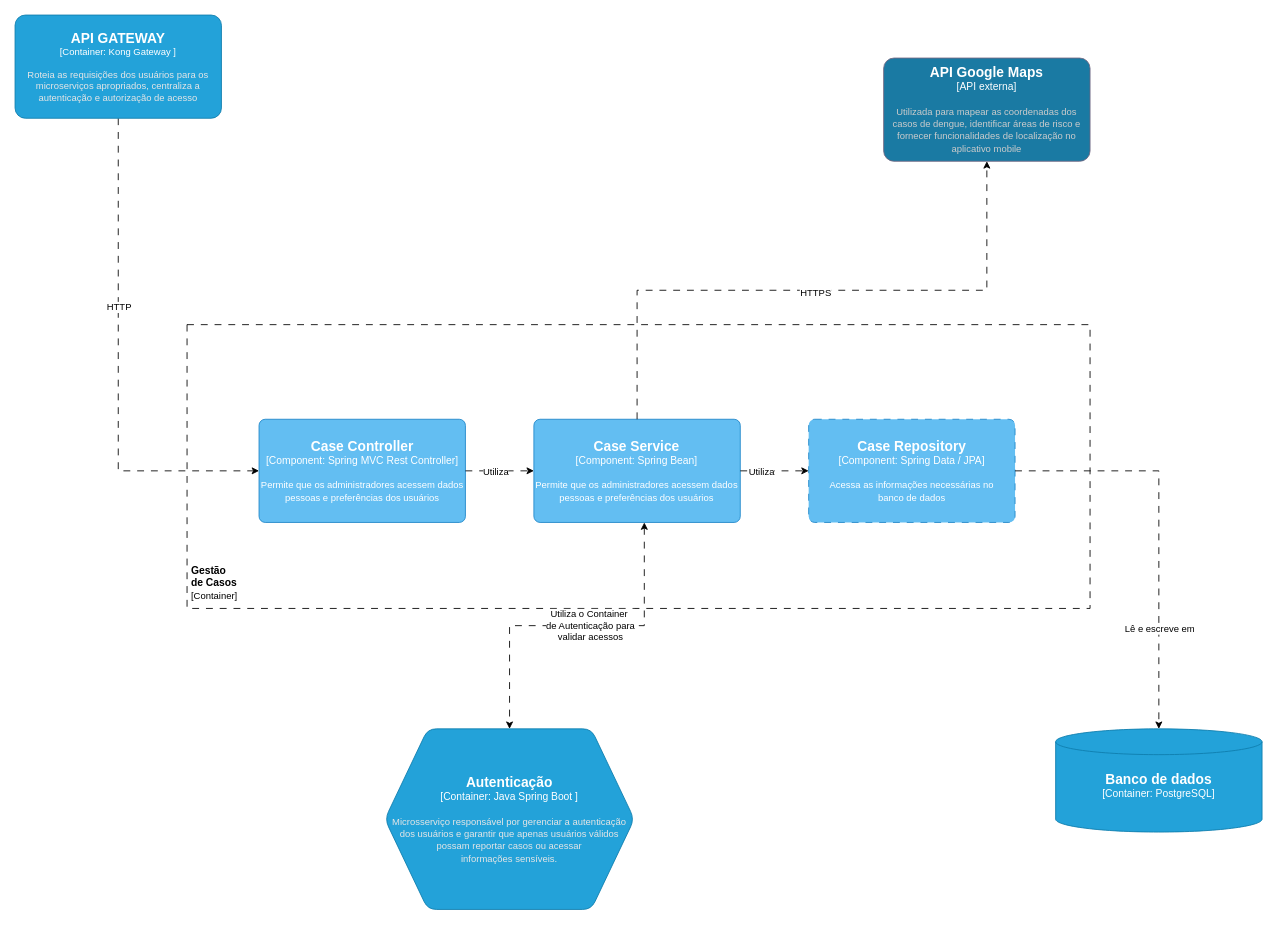
Before: diagramas/c4/componentes/C4-componente-gestao-caso.drawio in gilmarUFG/ds_20242_g6, a draw.io diagram. Source tidied: cells renumbered, new cells numbered last; positions are measured from the earlier drawing's top-left corner, leaving out a move shared by most shapes. Both pictures are drawn from the tidied source at 86%, with x=0, y=0 at pixel (15, 15).
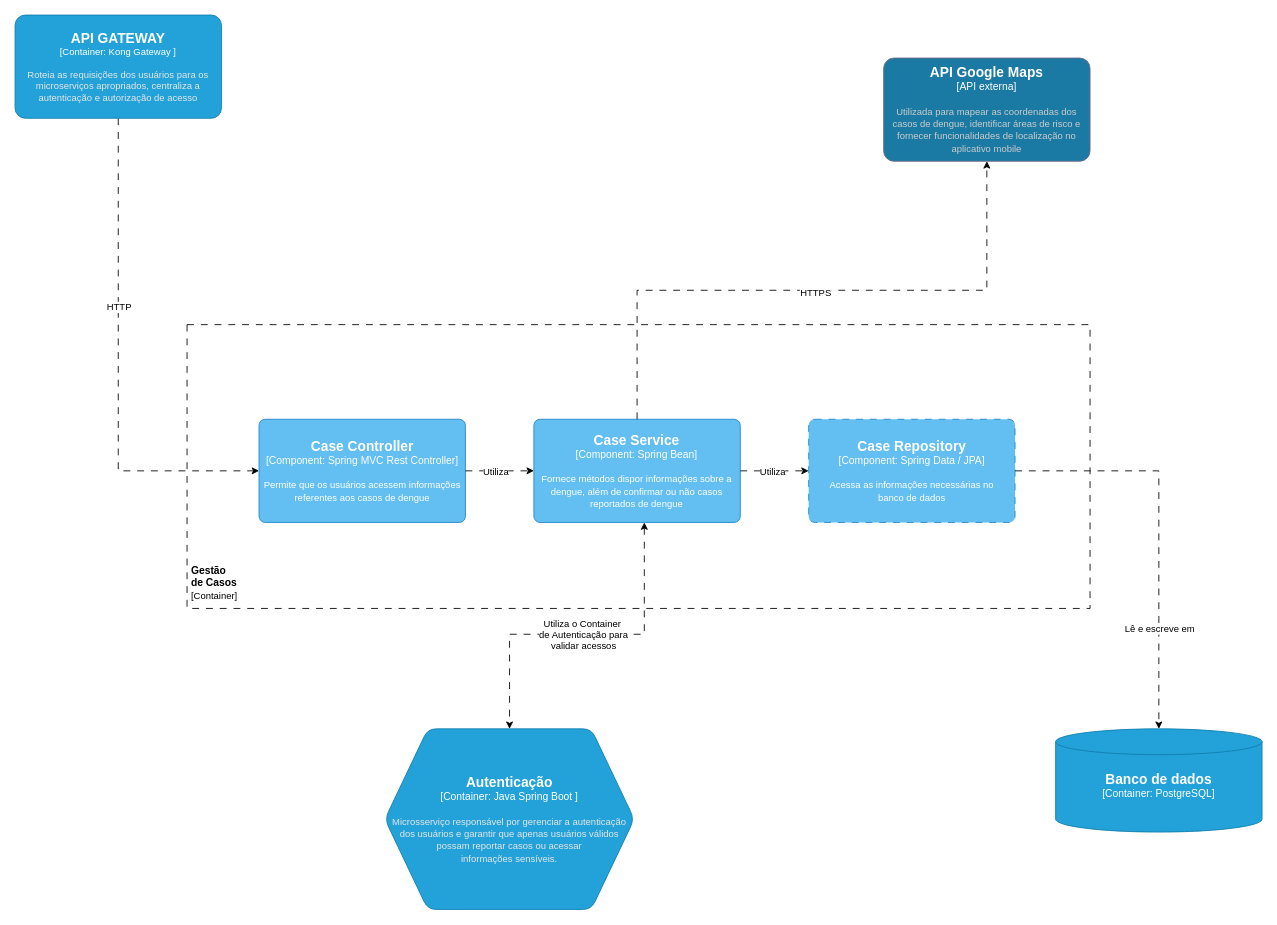
Above is the later version.

Commit message:
fix: ajustando a descrição do componente de serviço

The change refers to these unchanged cells:
```xml
<mxCell id="2" style="group;" parent="1" vertex="1">
  <mxGeometry x="200" y="360" width="1050" height="330" as="geometry" />
</mxCell>
<mxCell id="10" style="edgeStyle=orthogonalEdgeStyle;rounded=0;jettySize=auto;html=1;exitX=1;exitY=0.5;exitDx=0;exitDy=0;exitPerimeter=0;entryX=0;entryY=0.5;entryDx=0;entryDy=0;entryPerimeter=0;dashed=1;dashPattern=8 8;" parent="2" edge="1" source="6" target="5">
  <mxGeometry relative="1" as="geometry" />
</mxCell>
<object id="22" label="&lt;font style=&quot;font-size: 16px&quot;&gt;&lt;b&gt;%c4Name%&lt;/b&gt;&lt;/font&gt;&lt;div&gt;[%c4Type%:&amp;nbsp;%c4Technology%]&lt;/div&gt;&lt;br&gt;&lt;div&gt;&lt;font style=&quot;font-size: 11px&quot;&gt;&lt;font color=&quot;#E6E6E6&quot;&gt;%c4Description%&lt;/font&gt;&lt;/div&gt;" c4Description="Microsserviço responsável por gerenciar a autenticação dos usuários e garantir que apenas usuários válidos possam reportar casos ou acessar&#10;informações sensíveis." c4Name="Autenticação" c4Technology="Java Spring Boot " c4Type="Container" placeholders="1">
  <mxCell style="shape=hexagon;size=50;perimeter=hexagonPerimeter2;whiteSpace=wrap;html=1;fixedSize=1;rounded=1;labelBackgroundColor=none;fillColor=#23A2D9;fontSize=12;fontColor=#ffffff;align=center;strokeColor=#0E7DAD;points=[[0.5,0,0],[1,0.25,0],[1,0.5,0],[1,0.75,0],[0.5,1,0],[0,0.75,0],[0,0.5,0],[0,0.25,0]];" parent="1" vertex="1">
    <mxGeometry x="430" y="830" width="290" height="210" as="geometry" />
  </mxCell>
</object>
```

Diff of the diagram source:
```diff
@@
-    <object id="6" label="&lt;font style=&quot;font-size: 16px&quot;&gt;&lt;b&gt;%c4Name%&lt;/b&gt;&lt;/font&gt;&lt;div&gt;[%c4Type%: %c4Technology%]&lt;/div&gt;&lt;br&gt;&lt;div&gt;&lt;font style=&quot;font-size: 11px&quot;&gt;%c4Description%&lt;/font&gt;&lt;/div&gt;" c4Description="Permite que os administradores acessem dados &#10;pessoas e preferências dos usuários" c4Name="Case Service" c4Technology="Spring Bean" c4Type="Component" placeholders="1">
+    <object id="6" label="&lt;font style=&quot;font-size: 16px&quot;&gt;&lt;b&gt;%c4Name%&lt;/b&gt;&lt;/font&gt;&lt;div&gt;[%c4Type%: %c4Technology%]&lt;/div&gt;&lt;br&gt;&lt;div&gt;&lt;font style=&quot;font-size: 11px&quot;&gt;%c4Description%&lt;/font&gt;&lt;/div&gt;" c4Description="Fornece métodos dispor informações sobre a dengue, além de confirmar ou não casos reportados de dengue" c4Name="Case Service" c4Technology="Spring Bean" c4Type="Component" placeholders="1">
       <mxCell style="rounded=1;whiteSpace=wrap;html=1;labelBackgroundColor=none;fillColor=#63BEF2;fontColor=#ffffff;align=center;arcSize=6;strokeColor=#2086C9;points=[[0.25,0,0],[0.5,0,0],[0.75,0,0],[1,0.25,0],[1,0.5,0],[1,0.75,0],[0.75,1,0],[0.5,1,0],[0.25,1,0],[0,0.75,0],[0,0.5,0],[0,0.25,0]];" parent="2" vertex="1">
         <mxGeometry x="403.3" y="110" width="240" height="120" as="geometry" />
       </mxCell>
     </object>
-    <object id="7" label="&lt;font style=&quot;font-size: 16px&quot;&gt;&lt;b&gt;%c4Name%&lt;/b&gt;&lt;/font&gt;&lt;div&gt;[%c4Type%: %c4Technology%]&lt;/div&gt;&lt;br&gt;&lt;div&gt;&lt;font style=&quot;font-size: 11px&quot;&gt;%c4Description%&lt;/font&gt;&lt;/div&gt;" c4Description="Permite que os administradores acessem dados &#10;pessoas e preferências dos usuários" c4Name="Case Controller" c4Technology="Spring MVC Rest Controller" c4Type="Component" placeholders="1">
+    <object id="7" label="&lt;font style=&quot;font-size: 16px&quot;&gt;&lt;b&gt;%c4Name%&lt;/b&gt;&lt;/font&gt;&lt;div&gt;[%c4Type%: %c4Technology%]&lt;/div&gt;&lt;br&gt;&lt;div&gt;&lt;font style=&quot;font-size: 11px&quot;&gt;%c4Description%&lt;/font&gt;&lt;/div&gt;" c4Description="Permite que os usuários acessem informações referentes aos casos de dengue" c4Name="Case Controller" c4Technology="Spring MVC Rest Controller" c4Type="Component" placeholders="1">
       <mxCell style="rounded=1;whiteSpace=wrap;html=1;labelBackgroundColor=none;fillColor=#63BEF2;fontColor=#ffffff;align=center;arcSize=6;strokeColor=#2086C9;points=[[0.25,0,0],[0.5,0,0],[0.75,0,0],[1,0.25,0],[1,0.5,0],[1,0.75,0],[0.75,1,0],[0.5,1,0],[0.25,1,0],[0,0.75,0],[0,0.5,0],[0,0.25,0]];" parent="2" vertex="1">
         <mxGeometry x="83.7" y="110" width="240" height="120" as="geometry" />
       </mxCell>
     </object>
@@
     <mxCell id="11" value="Utiliza" style="edgeLabel;html=1;align=center;verticalAlign=middle;" parent="10" vertex="1">
       <mxGeometry x="0.17" y="-1" relative="1" as="geometry">
-        <mxPoint x="-23" y="-1" as="offset" />
+        <mxPoint x="-10" y="-1" as="offset" />
       </mxGeometry>
     </mxCell>
@@
     <mxCell id="15" style="edgeStyle=orthogonalEdgeStyle;rounded=0;jettySize=auto;html=1;startArrow=classic;startFill=1;dashed=1;dashPattern=8 8;exitX=0.535;exitY=1;exitDx=0;exitDy=0;exitPerimeter=0;" parent="1" edge="1" source="6" target="22">
-      <mxGeometry relative="1" as="geometry" />
+      <mxGeometry relative="1" as="geometry">
+        <Array as="points">
+          <mxPoint x="732" y="720" />
+          <mxPoint x="575" y="720" />
+        </Array>
+      </mxGeometry>
     </mxCell>
     <mxCell id="16" value="Utiliza o Container&amp;nbsp;&lt;div&gt;de Autenticação para&lt;/div&gt;&lt;div&gt;validar acessos&lt;/div&gt;" style="edgeLabel;html=1;align=center;verticalAlign=middle;" parent="15" vertex="1">
       <mxGeometry x="-0.07" y="-1" relative="1" as="geometry">
-        <mxPoint x="1" as="offset" />
+        <mxPoint x="-17" y="1" as="offset" />
       </mxGeometry>
     </mxCell>
```
